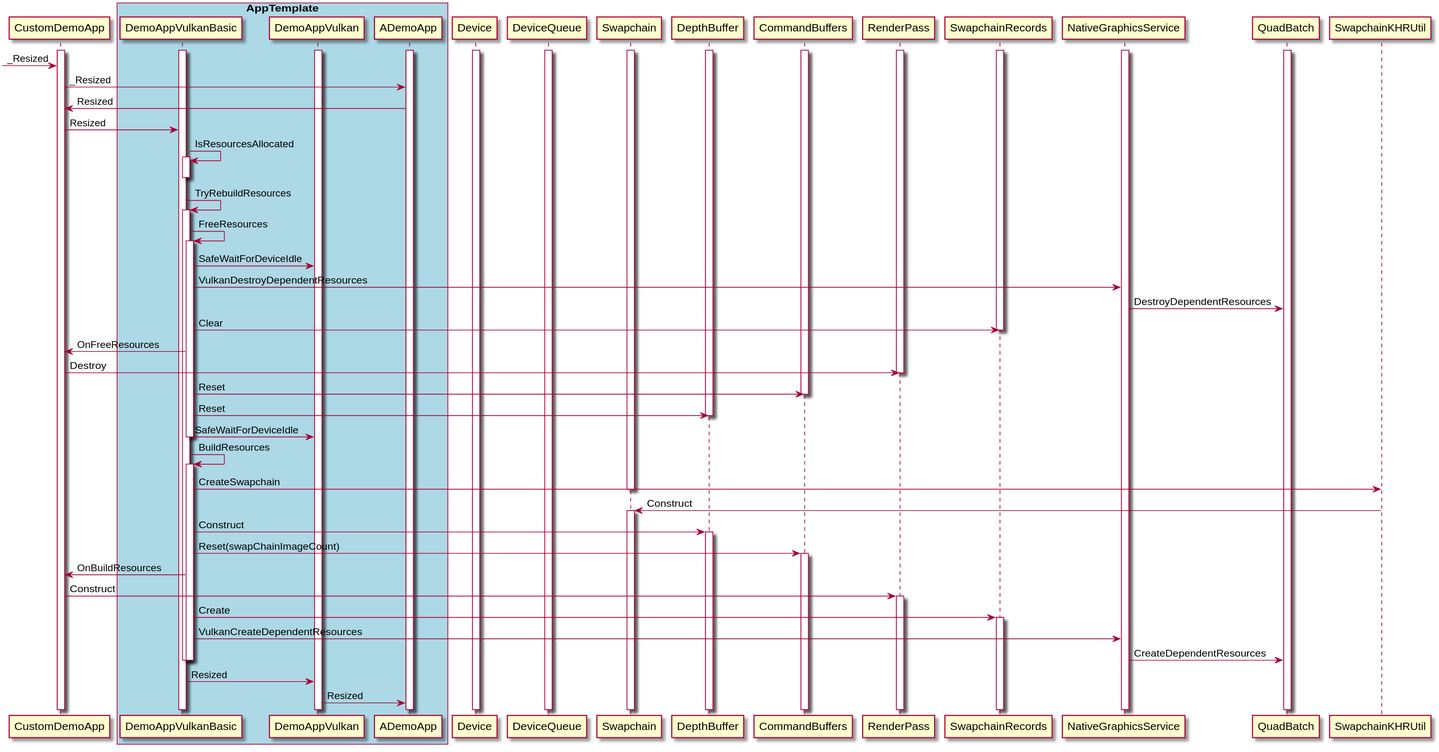
Before: Doc/Vulkan/Images/DemoAppVulkanBasic_Flow_Resize.svg, a diagram exported from PlantUML (nxp-imx/gtec-demo-framework).
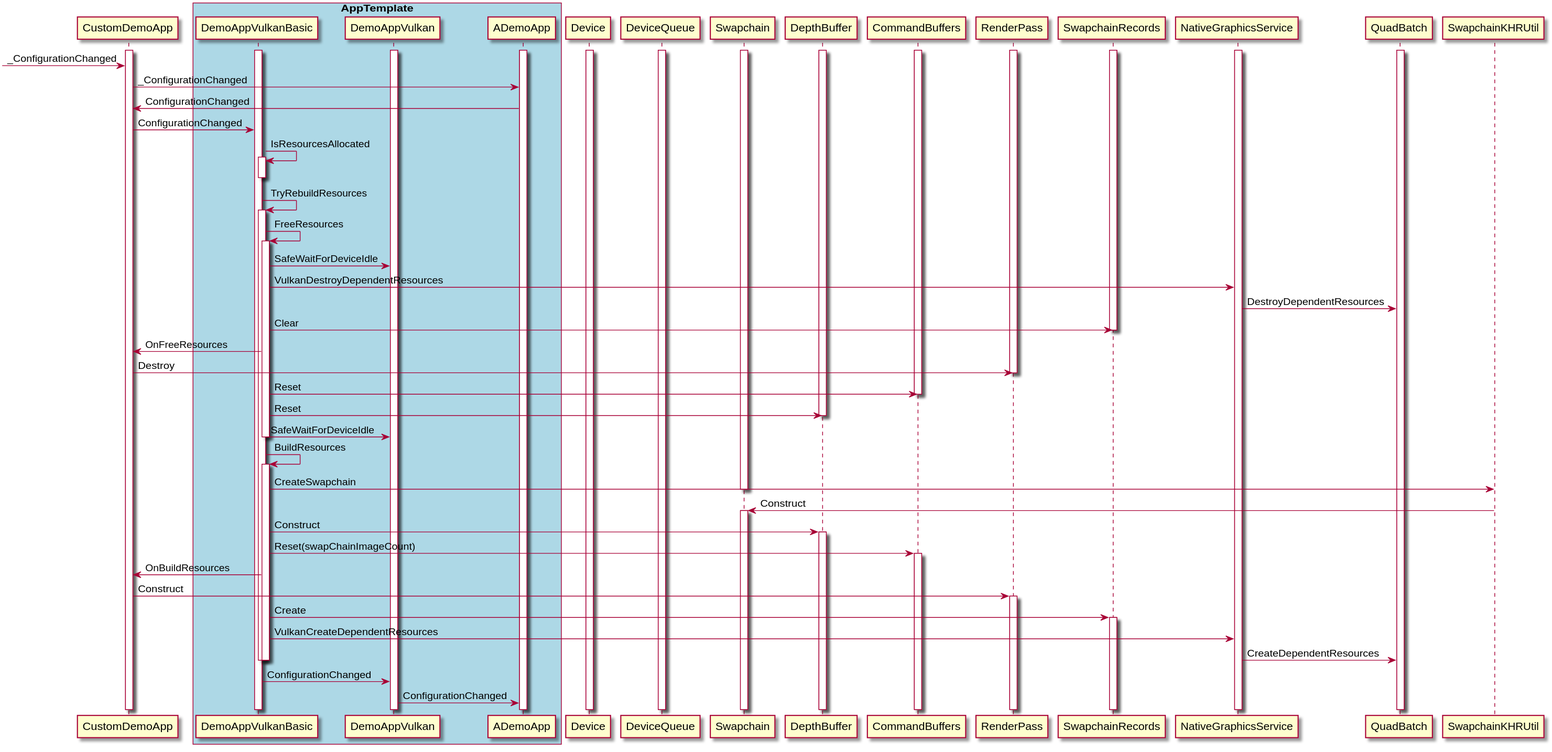
The same diagram one commit later.

What changed in the source:
```diff
@@ -20,10 +20,10 @@
 activate NativeGraphicsService
 activate QuadBatch
 
-->CustomDemoApp: _Resized
-CustomDemoApp->ADemoApp: _Resized
-ADemoApp->CustomDemoApp: Resized
-CustomDemoApp->DemoAppVulkanBasic: Resized
+->CustomDemoApp: _ConfigurationChanged
+CustomDemoApp->ADemoApp: _ConfigurationChanged
+ADemoApp->CustomDemoApp: ConfigurationChanged
+CustomDemoApp->DemoAppVulkanBasic: ConfigurationChanged
 DemoAppVulkanBasic->DemoAppVulkanBasic++: IsResourcesAllocated
 deactivate DemoAppVulkanBasic
 DemoAppVulkanBasic->DemoAppVulkanBasic++: TryRebuildResources
@@ -55,6 +55,6 @@
 NativeGraphicsService->QuadBatch: CreateDependentResources
 deactivate DemoAppVulkanBasic
 deactivate DemoAppVulkanBasic
-DemoAppVulkanBasic->DemoAppVulkan: Resized
-DemoAppVulkan->ADemoApp: Resized
+DemoAppVulkanBasic->DemoAppVulkan: ConfigurationChanged
+DemoAppVulkan->ADemoApp: ConfigurationChanged
 @enduml
```
